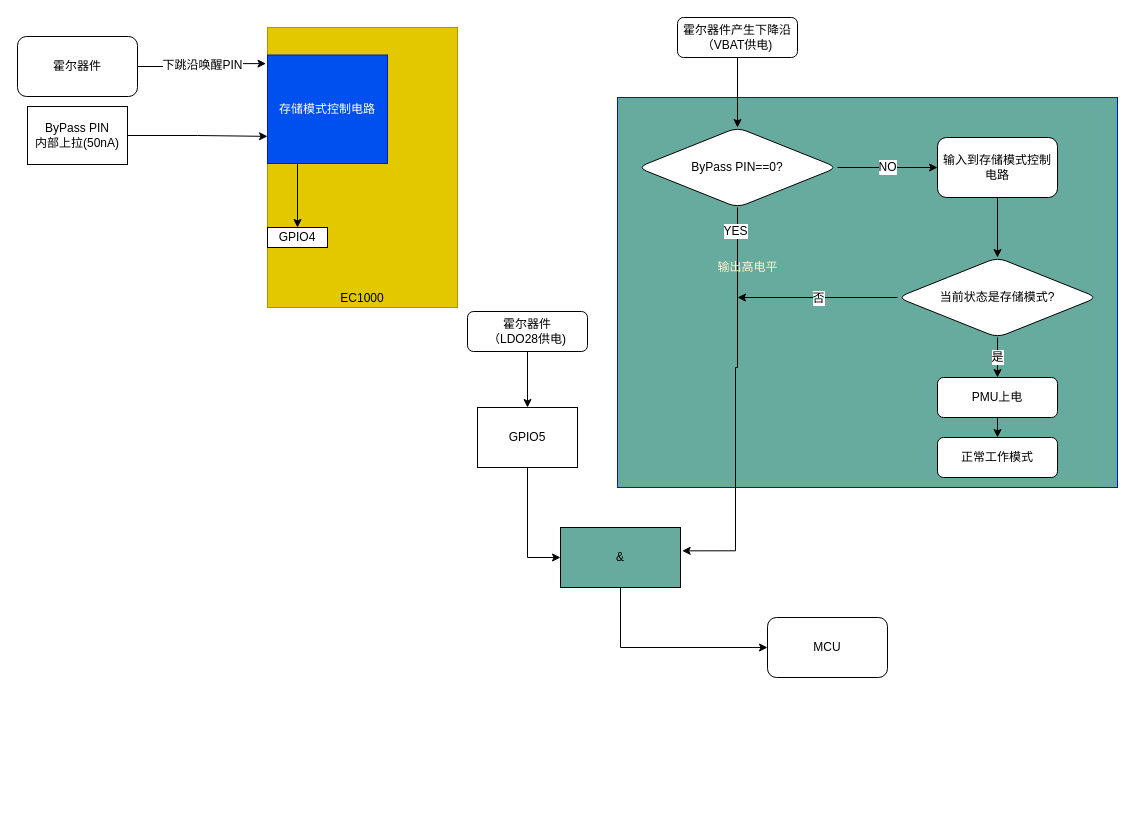
Earlier version of the draw.io diagram page "PIN" (3 of 4) of Chip Functional Mode.drawio (fenixchen/work). Source tidied: cells renumbered, new cells numbered last; positions are measured from the earlier drawing's top-left corner, leaving out a move shared by most shapes. Both pictures are drawn from the tidied source at 100%, with x=0, y=0 at pixel (17, 17).
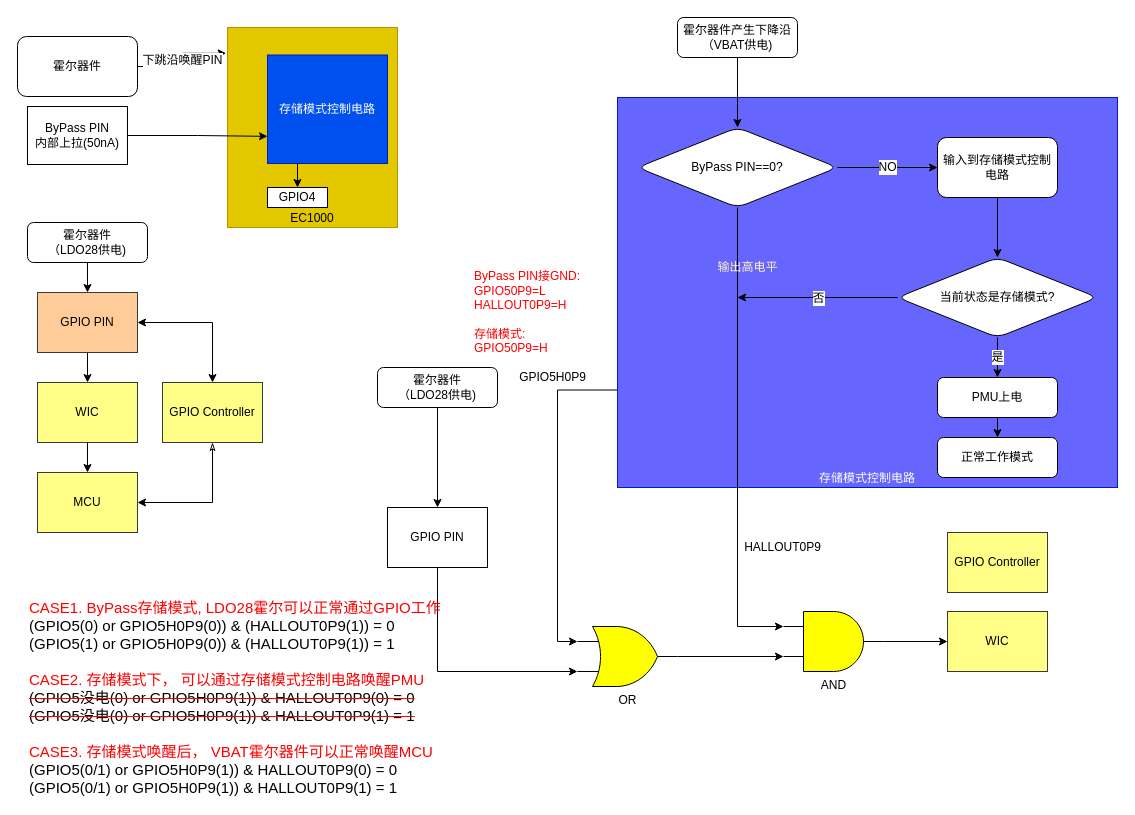
The same diagram, later.

The change refers to these unchanged cells:
```xml
<mxCell id="13" value="ByPass PIN==0?" style="rhombus;whiteSpace=wrap;html=1;rounded=1;fontSize=12;fontColor=#000000;strokeColor=#000000;" parent="1" vertex="1">
  <mxGeometry x="620" y="110" width="200" height="80" as="geometry" />
</mxCell>
```

What changed in the source:
```diff
@@
+    <mxCell id="32" style="edgeStyle=orthogonalEdgeStyle;rounded=0;jettySize=auto;html=1;exitX=0;exitY=0.75;exitDx=0;exitDy=0;entryX=0;entryY=0.25;entryDx=0;entryDy=0;entryPerimeter=0;" parent="1" edge="1" source="2" target="40">
+      <mxGeometry relative="1" as="geometry" />
+    </mxCell>
-    <mxCell id="2" style="rounded=0;whiteSpace=wrap;html=1;fontSize=12;strokeColor=#001DBC;fillColor=#67AB9F;fontColor=#ffffff;" parent="1" vertex="1">
+    <mxCell id="2" value="&lt;span&gt;存储模式控制电路&lt;/span&gt;" style="rounded=0;whiteSpace=wrap;html=1;fontSize=12;strokeColor=#001DBC;fillColor=#6666FF;fontColor=#ffffff;verticalAlign=bottom;" parent="1" vertex="1">
       <mxGeometry x="600" y="80" width="500" height="390" as="geometry" />
     </mxCell>
     <mxCell id="3" value="EC1000" style="rounded=0;whiteSpace=wrap;html=1;fontSize=12;fontColor=#000000;fillColor=#e3c800;strokeColor=#B09500;verticalAlign=bottom;" parent="1" vertex="1">
-      <mxGeometry x="250" y="10" width="190" height="280" as="geometry" />
+      <mxGeometry x="210" y="10" width="170" height="200" as="geometry" />
     </mxCell>
@@
     <mxCell id="6" value="GPIO4" style="rounded=0;whiteSpace=wrap;html=1;fontSize=12;fontColor=#000000;strokeColor=#000000;" parent="1" vertex="1">
-      <mxGeometry x="250" y="210" width="60" height="20" as="geometry" />
+      <mxGeometry x="250" y="170" width="60" height="20" as="geometry" />
     </mxCell>
@@
-    <mxCell id="11" value="YES" style="edgeStyle=orthogonalEdgeStyle;rounded=0;jettySize=auto;html=1;exitX=0.5;exitY=1;exitDx=0;exitDy=0;entryX=1.014;entryY=0.389;entryDx=0;entryDy=0;fontSize=12;fontColor=#000000;strokeColor=#000000;strokeWidth=1;fillColor=#f8cecc;entryPerimeter=0;" parent="1" edge="1" source="13" target="31">
-      <mxGeometry x="-0.88" y="-2" relative="1" as="geometry">
-        <Array as="points">
-          <mxPoint x="720" y="350" />
-          <mxPoint x="718" y="350" />
-          <mxPoint x="718" y="533" />
-        </Array>
-      </mxGeometry>
-    </mxCell>
@@
+    <mxCell id="33" style="edgeStyle=orthogonalEdgeStyle;rounded=0;jettySize=auto;html=1;exitX=0.5;exitY=1;exitDx=0;exitDy=0;entryX=0;entryY=0.25;entryDx=0;entryDy=0;entryPerimeter=0;" parent="1" edge="1" source="13" target="38">
+      <mxGeometry relative="1" as="geometry" />
+    </mxCell>
@@
-    <mxCell id="14" value="MCU" style="rounded=1;whiteSpace=wrap;html=1;fontSize=12;fontColor=#000000;strokeColor=#000000;" parent="1" vertex="1">
-      <mxGeometry x="750" y="600" width="120" height="60" as="geometry" />
-    </mxCell>
@@
-    <mxCell id="25" style="edgeStyle=orthogonalEdgeStyle;rounded=0;jettySize=auto;html=1;exitX=0.5;exitY=1;exitDx=0;exitDy=0;entryX=0;entryY=0.5;entryDx=0;entryDy=0;" parent="1" edge="1" source="26" target="31">
-      <mxGeometry relative="1" as="geometry" />
-    </mxCell>
+    <mxCell id="34" style="edgeStyle=orthogonalEdgeStyle;rounded=0;jettySize=auto;html=1;exitX=0.5;exitY=1;exitDx=0;exitDy=0;entryX=0;entryY=0.75;entryDx=0;entryDy=0;entryPerimeter=0;" parent="1" edge="1" source="26" target="40">
+      <mxGeometry relative="1" as="geometry" />
+    </mxCell>
-    <mxCell id="26" value="GPIO5" style="rounded=0;whiteSpace=wrap;html=1;fontSize=12;fontColor=#000000;strokeColor=#000000;" parent="1" vertex="1">
-      <mxGeometry x="460" y="390" width="100" height="60" as="geometry" />
+    <mxCell id="26" value="GPIO PIN" style="rounded=0;whiteSpace=wrap;html=1;fontSize=12;fontColor=#000000;strokeColor=#000000;" parent="1" vertex="1">
+      <mxGeometry x="370" y="490" width="100" height="60" as="geometry" />
     </mxCell>
@@
     <mxCell id="29" value="霍尔器件&lt;br&gt;（LDO28供电)" style="rounded=1;whiteSpace=wrap;html=1;fontSize=12;fontColor=#000000;strokeColor=#000000;" parent="1" vertex="1">
-      <mxGeometry x="450" y="294" width="120" height="40" as="geometry" />
+      <mxGeometry x="360" y="350" width="120" height="40" as="geometry" />
     </mxCell>
-    <mxCell id="30" style="edgeStyle=orthogonalEdgeStyle;rounded=0;jettySize=auto;html=1;exitX=0.5;exitY=1;exitDx=0;exitDy=0;entryX=0;entryY=0.5;entryDx=0;entryDy=0;" parent="1" edge="1" source="31" target="14">
-      <mxGeometry relative="1" as="geometry" />
-    </mxCell>
-    <mxCell id="31" value="&amp;amp;" style="rounded=0;whiteSpace=wrap;html=1;fillColor=#67AB9F;" parent="1" vertex="1">
-      <mxGeometry x="543" y="510" width="120" height="60" as="geometry" />
-    </mxCell>
+    <mxCell id="35" value="HALLOUT0P9" style="text;html=1;align=center;verticalAlign=middle;fillColor=none;strokeColor=none;rounded=0;" parent="1" vertex="1">
+      <mxGeometry x="720" y="520" width="90" height="20" as="geometry" />
+    </mxCell>
+    <mxCell id="36" value="GPIO5H0P9" style="text;html=1;align=center;verticalAlign=middle;fillColor=none;strokeColor=none;rounded=0;" parent="1" vertex="1">
+      <mxGeometry x="495" y="350" width="80" height="20" as="geometry" />
+    </mxCell>
+    <mxCell id="37" style="edgeStyle=orthogonalEdgeStyle;rounded=0;jettySize=auto;html=1;exitX=1;exitY=0.5;exitDx=0;exitDy=0;exitPerimeter=0;entryX=0;entryY=0.5;entryDx=0;entryDy=0;fontSize=15;fontColor=#000000;startArrow=none;startFill=0;endArrow=classic;endFill=1;" parent="1" edge="1" source="38" target="52">
+      <mxGeometry relative="1" as="geometry" />
+    </mxCell>
+    <mxCell id="38" value="AND" style="verticalLabelPosition=bottom;shadow=0;dashed=0;align=center;html=1;verticalAlign=top;shape=mxgraph.electrical.logic_gates.logic_gate;operation=and;fillColor=#FFFF00;" parent="1" vertex="1">
+      <mxGeometry x="766" y="594" width="100" height="60" as="geometry" />
+    </mxCell>
+    <mxCell id="39" style="edgeStyle=orthogonalEdgeStyle;rounded=0;jettySize=auto;html=1;exitX=1;exitY=0.5;exitDx=0;exitDy=0;exitPerimeter=0;entryX=0;entryY=0.75;entryDx=0;entryDy=0;entryPerimeter=0;" parent="1" edge="1" source="40" target="38">
+      <mxGeometry relative="1" as="geometry" />
+    </mxCell>
+    <mxCell id="40" value="OR" style="verticalLabelPosition=bottom;shadow=0;dashed=0;align=center;html=1;verticalAlign=top;shape=mxgraph.electrical.logic_gates.logic_gate;operation=or;fillColor=#FFFF00;" parent="1" vertex="1">
+      <mxGeometry x="560" y="609" width="100" height="60" as="geometry" />
+    </mxCell>
+    <mxCell id="41" value="ByPass PIN接GND:&lt;br&gt;GPIO50P9=L&lt;br&gt;HALLOUT0P9=H&lt;br&gt;&lt;br&gt;存储模式:&lt;br&gt;GPIO50P9=H" style="text;html=1;align=left;verticalAlign=middle;fillColor=none;strokeColor=none;rounded=0;fontColor=#FF0000;" parent="1" vertex="1">
+      <mxGeometry x="455" y="250" width="120" height="90" as="geometry" />
+    </mxCell>
+    <mxCell id="42" value="CASE1. ByPass存储模式, LDO28霍尔可以正常通过GPIO工作&lt;br&gt;&lt;font color=&quot;#000000&quot;&gt;(GPIO5(0) or GPIO5H0P9(0)) &amp;amp; (HALLOUT0P9(1)) = 0&lt;br&gt;(GPIO5(1) or GPIO5H0P9(0)) &amp;amp; (HALLOUT0P9(1)) = 1&lt;/font&gt;&lt;br&gt;&lt;br style=&quot;font-size: 15px&quot;&gt;CASE2. 存储模式下， 可以通过存储模式控制电路唤醒PMU&lt;br&gt;&lt;strike&gt;&lt;font color=&quot;#000000&quot;&gt;(GPIO5没电(0) or GPIO5H0P9(1)) &amp;amp; HALLOUT0P9(0) = 0&lt;br&gt;&lt;/font&gt;&lt;span style=&quot;color: rgb(0 , 0 , 0)&quot;&gt;(GPIO5没电(0) or GPIO5H0P9(1)) &amp;amp; HALLOUT0P9(1) = 1&lt;/span&gt;&lt;/strike&gt;&lt;br&gt;&lt;br style=&quot;font-size: 15px&quot;&gt;CASE3. 存储模式唤醒后， VBAT霍尔器件可以正常唤醒MCU&lt;br&gt;&lt;font color=&quot;#000000&quot;&gt;(GPIO5(0/1) or GPIO5H0P9(1)) &amp;amp; HALLOUT0P9(0) = 0&lt;br&gt;&lt;/font&gt;&lt;span style=&quot;color: rgb(0 , 0 , 0)&quot;&gt;(GPIO5(0/1) or GPIO5H0P9(1)) &amp;amp; HALLOUT0P9(1) = 1&lt;/span&gt;" style="text;html=1;align=left;verticalAlign=middle;fillColor=none;strokeColor=none;rounded=0;fontColor=#FF0000;fontSize=15;" parent="1" vertex="1">
+      <mxGeometry x="10" y="580" width="430" height="200" as="geometry" />
+    </mxCell>
+    <mxCell id="43" style="edgeStyle=orthogonalEdgeStyle;rounded=0;jettySize=auto;html=1;exitX=0.5;exitY=1;exitDx=0;exitDy=0;fontSize=15;fontColor=#000000;" parent="1" edge="1" source="44" target="47">
+      <mxGeometry relative="1" as="geometry" />
+    </mxCell>
+    <mxCell id="44" value="霍尔器件&lt;br&gt;（LDO28供电)" style="rounded=1;whiteSpace=wrap;html=1;fontSize=12;fontColor=#000000;strokeColor=#000000;" parent="1" vertex="1">
+      <mxGeometry x="10" y="205" width="120" height="40" as="geometry" />
+    </mxCell>
+    <mxCell id="45" style="edgeStyle=orthogonalEdgeStyle;rounded=0;jettySize=auto;html=1;exitX=0.5;exitY=1;exitDx=0;exitDy=0;entryX=0.5;entryY=0;entryDx=0;entryDy=0;fontSize=15;fontColor=#000000;" parent="1" edge="1" source="47" target="49">
+      <mxGeometry relative="1" as="geometry" />
+    </mxCell>
+    <mxCell id="46" style="edgeStyle=orthogonalEdgeStyle;rounded=0;jettySize=auto;html=1;exitX=1;exitY=0.5;exitDx=0;exitDy=0;entryX=0.5;entryY=0;entryDx=0;entryDy=0;fontSize=15;fontColor=#000000;startArrow=classic;startFill=1;" parent="1" edge="1" source="47" target="51">
+      <mxGeometry relative="1" as="geometry" />
+    </mxCell>
+    <mxCell id="47" value="GPIO PIN" style="rounded=0;whiteSpace=wrap;html=1;fontSize=12;strokeColor=#36393d;fillColor=#ffcc99;" parent="1" vertex="1">
+      <mxGeometry x="20" y="275" width="100" height="60" as="geometry" />
+    </mxCell>
+    <mxCell id="48" style="edgeStyle=orthogonalEdgeStyle;rounded=0;jettySize=auto;html=1;exitX=0.5;exitY=0;exitDx=0;exitDy=0;entryX=0.5;entryY=1;entryDx=0;entryDy=0;fontSize=15;fontColor=#000000;startArrow=classic;startFill=1;endArrow=none;endFill=0;" parent="1" edge="1" source="14" target="49">
+      <mxGeometry relative="1" as="geometry" />
+    </mxCell>
+    <mxCell id="14" value="MCU" style="rounded=0;whiteSpace=wrap;html=1;fontSize=12;strokeColor=#36393d;fillColor=#ffff88;" parent="1" vertex="1">
+      <mxGeometry x="20" y="455" width="100" height="60" as="geometry" />
+    </mxCell>
+    <mxCell id="49" value="WIC" style="rounded=0;whiteSpace=wrap;html=1;fontSize=12;strokeColor=#36393d;fillColor=#ffff88;" parent="1" vertex="1">
+      <mxGeometry x="20" y="365" width="100" height="60" as="geometry" />
+    </mxCell>
+    <mxCell id="50" style="edgeStyle=orthogonalEdgeStyle;rounded=0;jettySize=auto;html=1;exitX=0.5;exitY=1;exitDx=0;exitDy=0;entryX=1;entryY=0.5;entryDx=0;entryDy=0;fontSize=15;fontColor=#000000;startArrow=classicThin;startFill=0;" parent="1" edge="1" source="51" target="14">
+      <mxGeometry relative="1" as="geometry" />
+    </mxCell>
+    <mxCell id="51" value="GPIO Controller" style="rounded=0;whiteSpace=wrap;html=1;fontSize=12;strokeColor=#36393d;fillColor=#ffff88;" parent="1" vertex="1">
+      <mxGeometry x="145" y="365" width="100" height="60" as="geometry" />
+    </mxCell>
+    <mxCell id="52" value="WIC" style="rounded=0;whiteSpace=wrap;html=1;fontSize=12;strokeColor=#36393d;fillColor=#ffff88;" parent="1" vertex="1">
+      <mxGeometry x="930" y="594" width="100" height="60" as="geometry" />
+    </mxCell>
+    <mxCell id="53" value="GPIO Controller" style="rounded=0;whiteSpace=wrap;html=1;fontSize=12;strokeColor=#36393d;fillColor=#ffff88;" parent="1" vertex="1">
+      <mxGeometry x="930" y="515" width="100" height="60" as="geometry" />
+    </mxCell>
```
